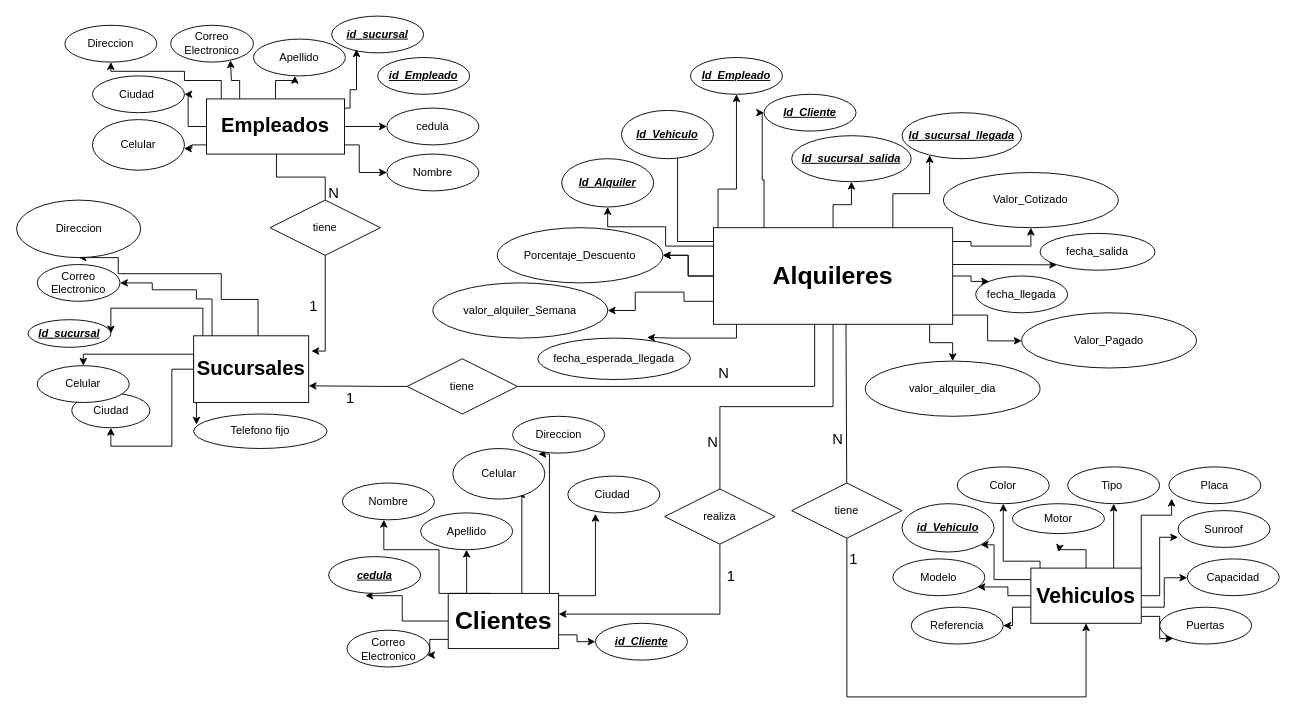
Earlier version of the draw.io diagram dia4/Diagrama sin título.drawio (HelenNatalyPargamurillo/mySQL2). Source tidied: cells renumbered, new cells numbered last; positions are measured from the earlier drawing's top-left corner, leaving out a move shared by most shapes. Both pictures are drawn from the tidied source at 92%, with x=0, y=0 at pixel (17, 16).
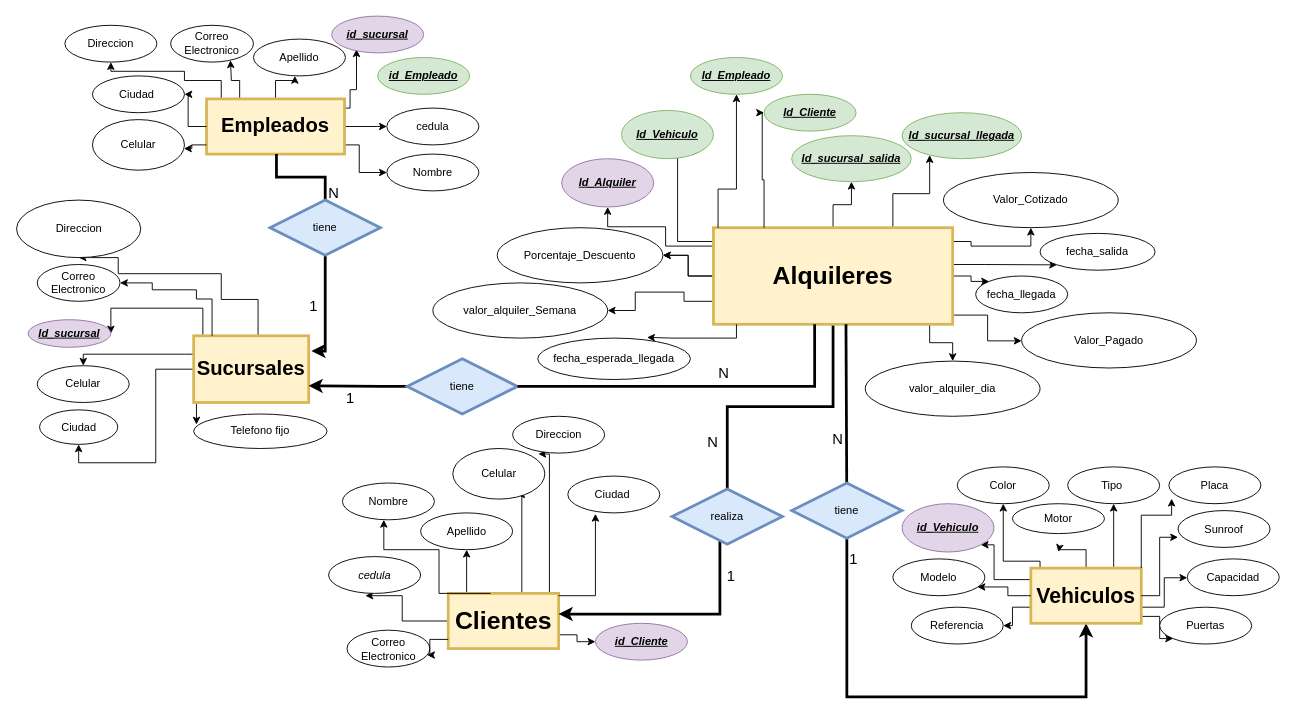
The same diagram, later.

Commit message:
Actualizar Diagrama auto_renta.drawio

Diff of the diagram source:
```diff
@@
-    <mxCell id="7" value="&lt;b&gt;&lt;font style=&quot;font-size: 22px;&quot;&gt;Sucursales&lt;/font&gt;&lt;/b&gt;" style="whiteSpace=wrap;html=1;align=center;" parent="1" vertex="1">
+    <mxCell id="7" value="&lt;b&gt;&lt;font style=&quot;font-size: 22px;&quot;&gt;Sucursales&lt;/font&gt;&lt;/b&gt;" style="whiteSpace=wrap;html=1;align=center;fillColor=#fff2cc;strokeColor=#d6b656;strokeWidth=3;" parent="1" vertex="1">
       <mxGeometry x="192" y="347.5" width="125" height="72.5" as="geometry" />
     </mxCell>
@@
-    <mxCell id="14" value="&lt;font style=&quot;font-size: 22px;&quot;&gt;Empleados&lt;/font&gt;" style="whiteSpace=wrap;html=1;align=center;fontStyle=1;fontSize=17;" parent="1" vertex="1">
+    <mxCell id="14" value="&lt;font style=&quot;font-size: 22px;&quot;&gt;Empleados&lt;/font&gt;" style="whiteSpace=wrap;html=1;align=center;fontStyle=1;fontSize=17;fillColor=#fff2cc;strokeColor=#d6b656;strokeWidth=3;" parent="1" vertex="1">
       <mxGeometry x="206" y="90" width="150" height="60" as="geometry" />
     </mxCell>
@@
-    <mxCell id="20" value="&lt;font style=&quot;font-size: 27px;&quot;&gt;&lt;b&gt;Clientes&lt;/b&gt;&lt;/font&gt;" style="whiteSpace=wrap;html=1;align=center;" parent="1" vertex="1">
+    <mxCell id="20" value="&lt;font style=&quot;font-size: 27px;&quot;&gt;&lt;b&gt;Clientes&lt;/b&gt;&lt;/font&gt;" style="whiteSpace=wrap;html=1;align=center;fillColor=#fff2cc;strokeColor=#d6b656;strokeWidth=3;" parent="1" vertex="1">
       <mxGeometry x="468.7" y="627.5" width="120" height="60" as="geometry" />
     </mxCell>
@@
-    <mxCell id="33" style="edgeStyle=orthogonalEdgeStyle;rounded=0;jettySize=auto;html=1;exitX=0.5;exitY=1;exitDx=0;exitDy=0;entryX=0.5;entryY=1;entryDx=0;entryDy=0;" parent="1" edge="1" source="104" target="43">
+    <mxCell id="33" style="edgeStyle=orthogonalEdgeStyle;rounded=0;jettySize=auto;html=1;exitX=0.5;exitY=1;exitDx=0;exitDy=0;entryX=0.5;entryY=1;entryDx=0;entryDy=0;strokeWidth=3;" parent="1" edge="1" source="104" target="43">
       <mxGeometry relative="1" as="geometry">
         <Array as="points">
           <mxPoint x="902" y="740" />
           <mxPoint x="1162" y="740" />
         </Array>
       </mxGeometry>
     </mxCell>
-    <mxCell id="34" style="edgeStyle=orthogonalEdgeStyle;rounded=0;jettySize=auto;html=1;strokeColor=default;endArrow=none;endFill=0;" parent="1" edge="1" source="35" target="108">
+    <mxCell id="34" style="edgeStyle=orthogonalEdgeStyle;rounded=0;jettySize=auto;html=1;strokeColor=default;endArrow=none;endFill=0;strokeWidth=3;" parent="1" edge="1" source="35" target="108">
       <mxGeometry relative="1" as="geometry" />
     </mxCell>
-    <mxCell id="35" value="&lt;b&gt;&lt;font style=&quot;font-size: 27px;&quot;&gt;Alquileres&lt;/font&gt;&lt;/b&gt;" style="whiteSpace=wrap;html=1;align=center;" parent="1" vertex="1">
+    <mxCell id="35" value="&lt;b&gt;&lt;font style=&quot;font-size: 27px;&quot;&gt;Alquileres&lt;/font&gt;&lt;/b&gt;" style="whiteSpace=wrap;html=1;align=center;fillColor=#fff2cc;strokeColor=#d6b656;strokeWidth=3;" parent="1" vertex="1">
       <mxGeometry x="757" y="230" width="260" height="105" as="geometry" />
     </mxCell>
@@
-    <mxCell id="43" value="&lt;font style=&quot;font-size: 23px;&quot;&gt;&lt;b&gt;Vehiculos&lt;/b&gt;&lt;/font&gt;" style="whiteSpace=wrap;html=1;align=center;" parent="1" vertex="1">
+    <mxCell id="43" value="&lt;font style=&quot;font-size: 23px;&quot;&gt;&lt;b&gt;Vehiculos&lt;/b&gt;&lt;/font&gt;" style="whiteSpace=wrap;html=1;align=center;fillColor=#fff2cc;strokeColor=#d6b656;strokeWidth=3;" parent="1" vertex="1">
       <mxGeometry x="1102" y="600" width="120" height="60" as="geometry" />
     </mxCell>
-    <mxCell id="44" value="&lt;b&gt;&lt;i&gt;&lt;u&gt;Id_sucursal&lt;/u&gt;&lt;/i&gt;&lt;/b&gt;" style="ellipse;whiteSpace=wrap;html=1;align=center;" parent="1" vertex="1">
+    <mxCell id="44" value="&lt;b&gt;&lt;i&gt;&lt;u&gt;Id_sucursal&lt;/u&gt;&lt;/i&gt;&lt;/b&gt;" style="ellipse;whiteSpace=wrap;html=1;align=center;fillColor=#e1d5e7;strokeColor=#9673a6;" parent="1" vertex="1">
       <mxGeometry x="12" y="330" width="90" height="30" as="geometry" />
     </mxCell>
@@
     <mxCell id="46" value="Ciudad" style="ellipse;whiteSpace=wrap;html=1;align=center;" parent="1" vertex="1">
-      <mxGeometry x="59.5" y="410" width="85" height="37.5" as="geometry" />
+      <mxGeometry x="24.5" y="428" width="85" height="37.5" as="geometry" />
     </mxCell>
@@
-    <mxCell id="55" value="&lt;b&gt;&lt;i&gt;&lt;u&gt;id_sucursal&lt;/u&gt;&lt;/i&gt;&lt;/b&gt;" style="ellipse;whiteSpace=wrap;html=1;align=center;" parent="1" vertex="1">
+    <mxCell id="55" value="&lt;b&gt;&lt;i&gt;&lt;u&gt;id_sucursal&lt;/u&gt;&lt;/i&gt;&lt;/b&gt;" style="ellipse;whiteSpace=wrap;html=1;align=center;fillColor=#e1d5e7;strokeColor=#9673a6;" parent="1" vertex="1">
       <mxGeometry x="342" width="100" height="40" as="geometry" />
     </mxCell>
@@
-    <mxCell id="61" value="&lt;i&gt;&lt;u&gt;cedula&lt;/u&gt;&lt;/i&gt;" style="ellipse;whiteSpace=wrap;html=1;align=center;fontStyle=1;" parent="1" vertex="1">
+    <mxCell id="61" value="&lt;i&gt;&lt;span&gt;cedula&lt;/span&gt;&lt;/i&gt;" style="ellipse;whiteSpace=wrap;html=1;align=center;fontStyle=0;" parent="1" vertex="1">
       <mxGeometry x="338.7" y="587.5" width="100" height="40" as="geometry" />
     </mxCell>
@@
-    <mxCell id="80" value="&lt;b&gt;&lt;i&gt;&lt;u&gt;id_Empleado&lt;/u&gt;&lt;/i&gt;&lt;/b&gt;" style="ellipse;whiteSpace=wrap;html=1;align=center;" parent="1" vertex="1">
+    <mxCell id="80" value="&lt;b&gt;&lt;i&gt;&lt;u&gt;id_Empleado&lt;/u&gt;&lt;/i&gt;&lt;/b&gt;" style="ellipse;whiteSpace=wrap;html=1;align=center;fillColor=#d5e8d4;strokeColor=#82b366;" parent="1" vertex="1">
       <mxGeometry x="392" y="45" width="100" height="40" as="geometry" />
     </mxCell>
-    <mxCell id="81" value="&lt;b&gt;&lt;i&gt;&lt;u&gt;id_Cliente&lt;/u&gt;&lt;/i&gt;&lt;/b&gt;" style="ellipse;whiteSpace=wrap;html=1;align=center;" parent="1" vertex="1">
+    <mxCell id="81" value="&lt;b&gt;&lt;i&gt;&lt;u&gt;id_Cliente&lt;/u&gt;&lt;/i&gt;&lt;/b&gt;" style="ellipse;whiteSpace=wrap;html=1;align=center;fillColor=#e1d5e7;strokeColor=#9673a6;" parent="1" vertex="1">
       <mxGeometry x="628.7" y="660" width="100" height="40" as="geometry" />
     </mxCell>
-    <mxCell id="82" value="&lt;b&gt;&lt;i&gt;&lt;u&gt;id_Vehiculo&lt;/u&gt;&lt;/i&gt;&lt;/b&gt;" style="ellipse;whiteSpace=wrap;html=1;align=center;" parent="1" vertex="1">
+    <mxCell id="82" value="&lt;b&gt;&lt;i&gt;&lt;u&gt;id_Vehiculo&lt;/u&gt;&lt;/i&gt;&lt;/b&gt;" style="ellipse;whiteSpace=wrap;html=1;align=center;fillColor=#e1d5e7;strokeColor=#9673a6;" parent="1" vertex="1">
       <mxGeometry x="962" y="530" width="100" height="52.5" as="geometry" />
     </mxCell>
@@
-    <mxCell id="86" value="&lt;b&gt;&lt;i&gt;&lt;u&gt;Id_Empleado&lt;/u&gt;&lt;/i&gt;&lt;/b&gt;" style="ellipse;whiteSpace=wrap;html=1;align=center;" parent="1" vertex="1">
+    <mxCell id="86" value="&lt;b&gt;&lt;i&gt;&lt;u&gt;Id_Empleado&lt;/u&gt;&lt;/i&gt;&lt;/b&gt;" style="ellipse;whiteSpace=wrap;html=1;align=center;fillColor=#d5e8d4;strokeColor=#82b366;" parent="1" vertex="1">
       <mxGeometry x="732" y="45" width="100" height="40" as="geometry" />
     </mxCell>
-    <mxCell id="87" value="&lt;b&gt;&lt;i&gt;&lt;u&gt;Id_Vehiculo&lt;/u&gt;&lt;/i&gt;&lt;/b&gt;" style="ellipse;whiteSpace=wrap;html=1;align=center;" parent="1" vertex="1">
+    <mxCell id="87" value="&lt;b&gt;&lt;i&gt;&lt;u&gt;Id_Vehiculo&lt;/u&gt;&lt;/i&gt;&lt;/b&gt;" style="ellipse;whiteSpace=wrap;html=1;align=center;fillColor=#d5e8d4;strokeColor=#82b366;" parent="1" vertex="1">
       <mxGeometry x="657" y="102.5" width="100" height="52.5" as="geometry" />
     </mxCell>
-    <mxCell id="88" value="&lt;b&gt;&lt;i&gt;&lt;u&gt;Id_Cliente&lt;/u&gt;&lt;/i&gt;&lt;/b&gt;" style="ellipse;whiteSpace=wrap;html=1;align=center;" parent="1" vertex="1">
+    <mxCell id="88" value="&lt;b&gt;&lt;i&gt;&lt;u&gt;Id_Cliente&lt;/u&gt;&lt;/i&gt;&lt;/b&gt;" style="ellipse;whiteSpace=wrap;html=1;align=center;fillColor=#d5e8d4;strokeColor=#82b366;" parent="1" vertex="1">
       <mxGeometry x="812" y="85" width="100" height="40" as="geometry" />
     </mxCell>
-    <mxCell id="89" value="&lt;b&gt;&lt;i&gt;&lt;u&gt;Id_sucursal_salida&lt;/u&gt;&lt;/i&gt;&lt;/b&gt;" style="ellipse;whiteSpace=wrap;html=1;align=center;" parent="1" vertex="1">
+    <mxCell id="89" value="&lt;b&gt;&lt;i&gt;&lt;u&gt;Id_sucursal_salida&lt;/u&gt;&lt;/i&gt;&lt;/b&gt;" style="ellipse;whiteSpace=wrap;html=1;align=center;fillColor=#d5e8d4;strokeColor=#82b366;" parent="1" vertex="1">
       <mxGeometry x="842" y="130" width="130" height="50" as="geometry" />
     </mxCell>
-    <mxCell id="90" value="&lt;b&gt;&lt;i&gt;&lt;u&gt;Id_sucursal_llegada&lt;/u&gt;&lt;/i&gt;&lt;/b&gt;" style="ellipse;whiteSpace=wrap;html=1;align=center;" parent="1" vertex="1">
+    <mxCell id="90" value="&lt;b&gt;&lt;i&gt;&lt;u&gt;Id_sucursal_llegada&lt;/u&gt;&lt;/i&gt;&lt;/b&gt;" style="ellipse;whiteSpace=wrap;html=1;align=center;fillColor=#d5e8d4;strokeColor=#82b366;" parent="1" vertex="1">
       <mxGeometry x="962" y="105" width="130" height="50" as="geometry" />
     </mxCell>
-    <mxCell id="91" value="&lt;b&gt;&lt;i&gt;&lt;u&gt;Id_Alquiler&lt;/u&gt;&lt;/i&gt;&lt;/b&gt;" style="ellipse;whiteSpace=wrap;html=1;align=center;" parent="1" vertex="1">
+    <mxCell id="91" value="&lt;b&gt;&lt;i&gt;&lt;u&gt;Id_Alquiler&lt;/u&gt;&lt;/i&gt;&lt;/b&gt;" style="ellipse;whiteSpace=wrap;html=1;align=center;fillColor=#e1d5e7;strokeColor=#9673a6;" parent="1" vertex="1">
       <mxGeometry x="592" y="155" width="100" height="52.5" as="geometry" />
     </mxCell>
@@
-    <mxCell id="103" style="rounded=0;jettySize=auto;html=1;exitX=0.554;exitY=1;exitDx=0;exitDy=0;exitPerimeter=0;endArrow=none;endFill=0;" parent="1" edge="1" source="35" target="104">
+    <mxCell id="103" style="rounded=0;jettySize=auto;html=1;exitX=0.554;exitY=1;exitDx=0;exitDy=0;exitPerimeter=0;endArrow=none;endFill=0;strokeWidth=3;" parent="1" edge="1" source="35" target="104">
       <mxGeometry relative="1" as="geometry" />
     </mxCell>
-    <mxCell id="104" value="tiene" style="shape=rhombus;perimeter=rhombusPerimeter;whiteSpace=wrap;html=1;align=center;" parent="1" vertex="1">
+    <mxCell id="104" value="tiene" style="shape=rhombus;perimeter=rhombusPerimeter;whiteSpace=wrap;html=1;align=center;fillColor=#dae8fc;strokeColor=#6c8ebf;strokeWidth=3;" parent="1" vertex="1">
       <mxGeometry x="842" y="507.5" width="120" height="60" as="geometry" />
     </mxCell>
@@
-    <mxCell id="107" style="edgeStyle=orthogonalEdgeStyle;rounded=0;jettySize=auto;html=1;" parent="1" edge="1" source="108" target="20">
+    <mxCell id="107" style="edgeStyle=orthogonalEdgeStyle;rounded=0;jettySize=auto;html=1;strokeWidth=3;" parent="1" edge="1" source="108" target="20">
       <mxGeometry relative="1" as="geometry">
         <Array as="points">
           <mxPoint x="764" y="650" />
         </Array>
       </mxGeometry>
     </mxCell>
-    <mxCell id="108" value="realiza" style="shape=rhombus;perimeter=rhombusPerimeter;whiteSpace=wrap;html=1;align=center;" parent="1" vertex="1">
-      <mxGeometry x="704" y="514" width="120" height="60" as="geometry" />
+    <mxCell id="108" value="realiza" style="shape=rhombus;perimeter=rhombusPerimeter;whiteSpace=wrap;html=1;align=center;fillColor=#dae8fc;strokeColor=#6c8ebf;strokeWidth=3;" parent="1" vertex="1">
+      <mxGeometry x="712" y="514" width="120" height="60" as="geometry" />
     </mxCell>
@@
-    <mxCell id="111" style="edgeStyle=orthogonalEdgeStyle;rounded=0;jettySize=auto;html=1;entryX=1;entryY=0.75;entryDx=0;entryDy=0;" parent="1" edge="1" source="112" target="7">
+    <mxCell id="111" style="edgeStyle=orthogonalEdgeStyle;rounded=0;jettySize=auto;html=1;entryX=1;entryY=0.75;entryDx=0;entryDy=0;strokeWidth=3;" parent="1" edge="1" source="112" target="7">
       <mxGeometry relative="1" as="geometry">
         <Array as="points">
           <mxPoint x="396" y="402" />
           <mxPoint x="396" y="402" />
         </Array>
       </mxGeometry>
     </mxCell>
-    <mxCell id="112" value="tiene" style="shape=rhombus;perimeter=rhombusPerimeter;whiteSpace=wrap;html=1;align=center;" parent="1" vertex="1">
+    <mxCell id="112" value="tiene" style="shape=rhombus;perimeter=rhombusPerimeter;whiteSpace=wrap;html=1;align=center;fillColor=#dae8fc;strokeColor=#6c8ebf;strokeWidth=3;" parent="1" vertex="1">
       <mxGeometry x="424" y="372.5" width="120" height="60" as="geometry" />
     </mxCell>
-    <mxCell id="113" style="edgeStyle=orthogonalEdgeStyle;rounded=0;jettySize=auto;html=1;entryX=0.423;entryY=1;entryDx=0;entryDy=0;entryPerimeter=0;endArrow=none;endFill=0;" parent="1" edge="1" source="112" target="35">
+    <mxCell id="113" style="edgeStyle=orthogonalEdgeStyle;rounded=0;jettySize=auto;html=1;entryX=0.423;entryY=1;entryDx=0;entryDy=0;entryPerimeter=0;endArrow=none;endFill=0;strokeWidth=3;" parent="1" edge="1" source="112" target="35">
       <mxGeometry relative="1" as="geometry" />
     </mxCell>
@@
-    <mxCell id="116" style="edgeStyle=orthogonalEdgeStyle;rounded=0;jettySize=auto;html=1;endArrow=none;endFill=0;" parent="1" edge="1" source="118" target="14">
+    <mxCell id="116" style="edgeStyle=orthogonalEdgeStyle;rounded=0;jettySize=auto;html=1;endArrow=none;endFill=0;strokeWidth=3;" parent="1" edge="1" source="118" target="14">
       <mxGeometry relative="1" as="geometry">
         <Array as="points">
           <mxPoint x="335" y="175" />
           <mxPoint x="282" y="175" />
         </Array>
       </mxGeometry>
     </mxCell>
-    <mxCell id="117" style="edgeStyle=orthogonalEdgeStyle;rounded=0;orthogonalLoop=1;jettySize=auto;html=1;entryX=1;entryY=0.25;entryDx=0;entryDy=0;" parent="1" edge="1">
+    <mxCell id="117" style="edgeStyle=orthogonalEdgeStyle;rounded=0;orthogonalLoop=1;jettySize=auto;html=1;entryX=1;entryY=0.25;entryDx=0;entryDy=0;strokeWidth=3;" parent="1" edge="1">
       <mxGeometry relative="1" as="geometry">
         <mxPoint x="335" y="257" as="sourcePoint" />
         <mxPoint x="320" y="364.1" as="targetPoint" />
         <Array as="points">
           <mxPoint x="335" y="364.5" />
         </Array>
       </mxGeometry>
     </mxCell>
-    <mxCell id="118" value="tiene" style="shape=rhombus;perimeter=rhombusPerimeter;whiteSpace=wrap;html=1;align=center;" parent="1" vertex="1">
+    <mxCell id="118" value="tiene" style="shape=rhombus;perimeter=rhombusPerimeter;whiteSpace=wrap;html=1;align=center;fillColor=#dae8fc;strokeColor=#6c8ebf;strokeWidth=3;" parent="1" vertex="1">
       <mxGeometry x="275" y="200" width="120" height="60" as="geometry" />
     </mxCell>
```
